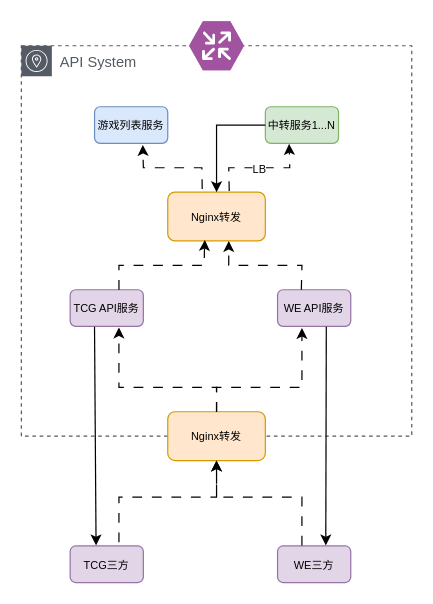
Before: 初步架构.drawio in scodfield/ppt, a draw.io diagram. Source tidied: cells renumbered, new cells numbered last; positions are measured from the earlier drawing's top-left corner, leaving out a move shared by most shapes. Both pictures are drawn from the tidied source at 122%, with x=0, y=0 at pixel (21, 21).
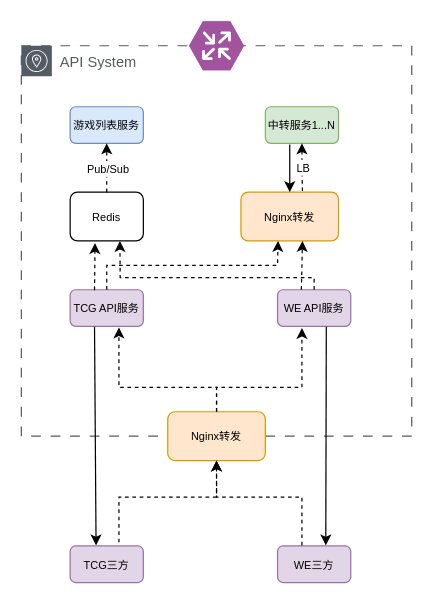
The same diagram, later.

Commit message (it also covers changes not shown here):
更新初步架构.drawio

The change refers to these unchanged cells:
```xml
<mxCell id="5" value="&lt;font style=&quot;font-size: 9px;&quot;&gt;中转服务1...N&lt;/font&gt;" style="rounded=1;whiteSpace=wrap;html=1;fillColor=#d5e8d4;strokeColor=#82b366;" parent="1" vertex="1">
  <mxGeometry x="200" y="70" width="60" height="30" as="geometry" />
</mxCell>
<mxCell id="7" value="&lt;font style=&quot;font-size: 9px;&quot;&gt;TCG API服务&lt;/font&gt;" style="rounded=1;whiteSpace=wrap;html=1;fillColor=#e1d5e7;strokeColor=#9673a6;" parent="1" vertex="1">
  <mxGeometry x="40" y="220" width="60" height="30" as="geometry" />
</mxCell>
<mxCell id="8" value="&lt;font style=&quot;font-size: 9px;&quot;&gt;WE API服务&lt;/font&gt;" style="rounded=1;whiteSpace=wrap;html=1;fillColor=#e1d5e7;strokeColor=#9673a6;" parent="1" vertex="1">
  <mxGeometry x="210" y="220" width="60" height="30" as="geometry" />
</mxCell>
<mxCell id="9" value="&lt;font style=&quot;font-size: 9px;&quot;&gt;Nginx转发&lt;/font&gt;" style="rounded=1;whiteSpace=wrap;html=1;fillColor=#ffe6cc;strokeColor=#d79b00;" parent="1" vertex="1">
  <mxGeometry x="120" y="320" width="80" height="40" as="geometry" />
</mxCell>
<mxCell id="11" value="&lt;font style=&quot;font-size: 9px;&quot;&gt;WE三方&lt;/font&gt;" style="rounded=1;whiteSpace=wrap;html=1;fillColor=#e1d5e7;strokeColor=#9673a6;" parent="1" vertex="1">
  <mxGeometry x="210" y="430" width="60" height="30" as="geometry" />
</mxCell>
```

Diff of the diagram source:
```diff
@@
-    <mxCell id="2" value="API System" style="sketch=0;gradientColor=none;html=1;whiteSpace=wrap;fontSize=12;fontStyle=0;shape=mxgraph.aws4.group;grIcon=mxgraph.aws4.group_availability_zone;strokeColor=#545B64;fillColor=none;verticalAlign=top;align=left;spacingLeft=30;fontColor=#545B64;dashed=1;" parent="1" vertex="1">
+    <mxCell id="2" value="API System" style="sketch=0;gradientColor=none;html=1;whiteSpace=wrap;fontSize=12;fontStyle=0;shape=mxgraph.aws4.group;grIcon=mxgraph.aws4.group_availability_zone;strokeColor=#545B64;fillColor=none;verticalAlign=top;align=left;spacingLeft=30;fontColor=#545B64;dashed=1;dashPattern=8 8;" parent="1" vertex="1">
       <mxGeometry y="20" width="320" height="320" as="geometry" />
     </mxCell>
@@
     <mxCell id="4" value="&lt;font style=&quot;font-size: 9px;&quot;&gt;游戏列表服务&lt;/font&gt;" style="rounded=1;whiteSpace=wrap;html=1;fillColor=#dae8fc;strokeColor=#6c8ebf;" parent="1" vertex="1">
-      <mxGeometry x="60" y="70" width="60" height="30" as="geometry" />
+      <mxGeometry x="40" y="70" width="60" height="30" as="geometry" />
     </mxCell>
@@
     <mxCell id="6" value="&lt;font style=&quot;font-size: 9px;&quot;&gt;Nginx转发&lt;/font&gt;" style="rounded=1;whiteSpace=wrap;html=1;fillColor=#ffe6cc;strokeColor=#d79b00;" parent="1" vertex="1">
-      <mxGeometry x="120" y="140" width="80" height="40" as="geometry" />
+      <mxGeometry x="180" y="140" width="80" height="40" as="geometry" />
     </mxCell>
@@
-    <mxCell id="12" style="endArrow=classic;html=1;rounded=0;entryX=0.333;entryY=1.043;entryDx=0;entryDy=0;entryPerimeter=0;dashed=1;dashPattern=8 8;" parent="1" edge="1" target="8">
+    <mxCell id="12" style="endArrow=classic;html=1;rounded=0;entryX=0.333;entryY=1.043;entryDx=0;entryDy=0;entryPerimeter=0;dashed=1;" parent="1" edge="1" target="8">
       <mxGeometry relative="1" as="geometry">
         <mxPoint x="160" y="320" as="sourcePoint" />
         <Array as="points">
           <mxPoint x="160" y="300" />
           <mxPoint x="230" y="300" />
         </Array>
       </mxGeometry>
     </mxCell>
-    <mxCell id="13" style="endArrow=classic;html=1;rounded=0;exitX=0.5;exitY=0;exitDx=0;exitDy=0;entryX=0.666;entryY=1.029;entryDx=0;entryDy=0;entryPerimeter=0;dashed=1;dashPattern=8 8;" parent="1" edge="1" source="9" target="7">
+    <mxCell id="13" style="endArrow=classic;html=1;rounded=0;exitX=0.5;exitY=0;exitDx=0;exitDy=0;entryX=0.666;entryY=1.029;entryDx=0;entryDy=0;entryPerimeter=0;dashed=1;" parent="1" edge="1" source="9" target="7">
       <mxGeometry relative="1" as="geometry">
         <Array as="points">
           <mxPoint x="160" y="300" />
           <mxPoint x="80" y="300" />
         </Array>
       </mxGeometry>
     </mxCell>
@@
-    <mxCell id="16" style="endArrow=classic;html=1;rounded=0;entryX=0.38;entryY=0.978;entryDx=0;entryDy=0;entryPerimeter=0;dashed=1;dashPattern=8 8;" parent="1" edge="1" target="6">
-      <mxGeometry relative="1" as="geometry">
-        <mxPoint x="80" y="220" as="sourcePoint" />
-        <Array as="points">
-          <mxPoint x="80" y="200" />
-          <mxPoint x="150" y="200" />
-          <mxPoint x="150" y="190" />
-        </Array>
-      </mxGeometry>
+    <mxCell id="16" style="endArrow=classic;html=1;rounded=0;entryX=0.34;entryY=1.043;entryDx=0;entryDy=0;dashed=1;exitX=0.333;exitY=0.014;exitDx=0;exitDy=0;entryPerimeter=0;exitPerimeter=0;" parent="1" edge="1" source="7" target="24">
+      <mxGeometry relative="1" as="geometry" />
     </mxCell>
-    <mxCell id="17" style="endArrow=classic;html=1;rounded=0;exitX=0.325;exitY=0;exitDx=0;exitDy=0;exitPerimeter=0;dashed=1;dashPattern=8 8;" parent="1" edge="1" source="8">
+    <mxCell id="17" style="endArrow=classic;html=1;rounded=0;exitX=0.325;exitY=0;exitDx=0;exitDy=0;exitPerimeter=0;dashed=1;entryX=0.63;entryY=1;entryDx=0;entryDy=0;entryPerimeter=0;" parent="1" edge="1" source="8" target="6">
       <mxGeometry relative="1" as="geometry">
-        <mxPoint x="170" y="180" as="targetPoint" />
         <Array as="points">
           <mxPoint x="230" y="200" />
-          <mxPoint x="170" y="200" />
         </Array>
       </mxGeometry>
     </mxCell>
-    <mxCell id="18" style="endArrow=classic;html=1;rounded=0;exitX=0.353;exitY=-0.065;exitDx=0;exitDy=0;exitPerimeter=0;entryX=0.659;entryY=1.043;entryDx=0;entryDy=0;entryPerimeter=0;dashed=1;dashPattern=8 8;" parent="1" edge="1" source="6" target="4">
-      <mxGeometry relative="1" as="geometry">
-        <Array as="points">
-          <mxPoint x="148" y="120" />
-          <mxPoint x="100" y="120" />
-        </Array>
-      </mxGeometry>
-    </mxCell>
-    <mxCell id="19" style="endArrow=classic;html=1;rounded=0;entryX=0.325;entryY=1.014;entryDx=0;entryDy=0;entryPerimeter=0;exitX=0.63;exitY=-0.022;exitDx=0;exitDy=0;exitPerimeter=0;dashed=1;dashPattern=8 8;" parent="1" edge="1" source="6" target="5">
+    <mxCell id="19" style="endArrow=classic;html=1;rounded=0;entryX=0.5;entryY=1;entryDx=0;entryDy=0;exitX=0.63;exitY=-0.022;exitDx=0;exitDy=0;exitPerimeter=0;dashed=1;" parent="1" edge="1" source="6" target="5">
       <mxGeometry relative="1" as="geometry">
         <Array as="points">
-          <mxPoint x="170" y="120" />
-          <mxPoint x="220" y="120" />
+          <mxPoint x="230" y="120" />
         </Array>
       </mxGeometry>
     </mxCell>
@@
-    <mxCell id="21" style="endArrow=classic;html=1;rounded=0;dashed=1;dashPattern=8 8;" parent="1" edge="1">
+    <mxCell id="21" style="endArrow=classic;html=1;rounded=0;dashed=1;" parent="1" edge="1">
       <mxGeometry relative="1" as="geometry">
         <mxPoint x="80" y="427" as="sourcePoint" />
         <mxPoint x="160" y="360" as="targetPoint" />
         <Array as="points">
           <mxPoint x="80" y="390" />
           <mxPoint x="160" y="390" />
         </Array>
       </mxGeometry>
     </mxCell>
-    <mxCell id="22" style="endArrow=classic;html=1;rounded=0;exitX=0.333;exitY=-0.014;exitDx=0;exitDy=0;exitPerimeter=0;dashed=1;dashPattern=8 8;" parent="1" edge="1" source="11">
+    <mxCell id="22" style="endArrow=classic;html=1;rounded=0;exitX=0.333;exitY=-0.014;exitDx=0;exitDy=0;exitPerimeter=0;dashed=1;" parent="1" edge="1" source="11">
       <mxGeometry relative="1" as="geometry">
         <mxPoint x="160" y="360" as="targetPoint" />
         <Array as="points">
           <mxPoint x="230" y="390" />
           <mxPoint x="160" y="390" />
         </Array>
       </mxGeometry>
     </mxCell>
-    <mxCell id="23" style="endArrow=classic;html=1;rounded=0;exitX=0;exitY=0.5;exitDx=0;exitDy=0;entryX=0.5;entryY=0;entryDx=0;entryDy=0;" parent="1" edge="1" source="5" target="6">
+    <mxCell id="23" style="endArrow=classic;html=1;rounded=0;entryX=0.5;entryY=0;entryDx=0;entryDy=0;" parent="1" edge="1" target="6">
       <mxGeometry relative="1" as="geometry">
+        <mxPoint x="220" y="101" as="sourcePoint" />
         <Array as="points">
-          <mxPoint x="160" y="85" />
-          <mxPoint x="160" y="120" />
+          <mxPoint x="220" y="110" />
+          <mxPoint x="220" y="120" />
         </Array>
       </mxGeometry>
     </mxCell>
+    <mxCell id="24" value="&lt;font style=&quot;font-size: 9px;&quot;&gt;Redis&lt;/font&gt;" style="rounded=1;whiteSpace=wrap;html=1;" parent="1" vertex="1">
+      <mxGeometry x="40" y="140" width="60" height="40" as="geometry" />
+    </mxCell>
+    <mxCell id="25" style="endArrow=classic;html=1;rounded=0;entryX=0.38;entryY=1;entryDx=0;entryDy=0;dashed=1;exitX=0.5;exitY=0;exitDx=0;exitDy=0;entryPerimeter=0;" parent="1" edge="1" source="7" target="6">
+      <mxGeometry relative="1" as="geometry">
+        <Array as="points">
+          <mxPoint x="70" y="200" />
+          <mxPoint x="150" y="200" />
+          <mxPoint x="210" y="200" />
+        </Array>
+      </mxGeometry>
+    </mxCell>
+    <mxCell id="26" style="endArrow=classic;html=1;rounded=0;exitX=0.5;exitY=0;exitDx=0;exitDy=0;dashed=1;entryX=0.68;entryY=1;entryDx=0;entryDy=0;entryPerimeter=0;" parent="1" edge="1" source="8" target="24">
+      <mxGeometry relative="1" as="geometry">
+        <Array as="points">
+          <mxPoint x="240" y="210" />
+          <mxPoint x="81" y="210" />
+        </Array>
+      </mxGeometry>
+    </mxCell>
+    <mxCell id="27" style="endArrow=classic;html=1;rounded=0;exitX=0.5;exitY=0;exitDx=0;exitDy=0;entryX=0.5;entryY=1;entryDx=0;entryDy=0;dashed=1;" parent="1" edge="1" source="24" target="4">
+      <mxGeometry relative="1" as="geometry" />
+    </mxCell>
+    <mxCell id="28" value="&lt;font style=&quot;font-size: 9px;&quot;&gt;Pub/Sub&lt;/font&gt;" style="edgeLabel;html=1;align=center;verticalAlign=middle;" parent="27" vertex="1">
+      <mxGeometry relative="1" as="geometry" />
+    </mxCell>
```
